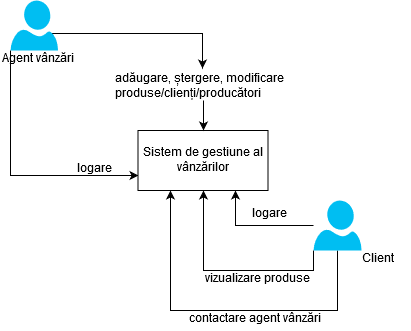
Earlier version of the draw.io export JURJ_LAVINIA/Proiect/Diagrama_de_context.png (diercan/PSSC-2019). Source tidied: cells renumbered, new cells last; positions are measured from the earlier drawing's top-left corner, leaving out a move shared by most shapes. The source it was exported from:
```xml
<mxGraphModel background="#FFFFFF">
  <root>
    <mxCell id="0" />
    <mxCell id="1" parent="0" />
    <mxCell id="2" style="edgeStyle=orthogonalEdgeStyle;rounded=0;jettySize=auto;html=1;exitX=0;exitY=1;exitDx=0;exitDy=0;exitPerimeter=0;entryX=0;entryY=0.75;entryDx=0;entryDy=0;" parent="1" edge="1" source="4" target="11">
      <mxGeometry relative="1" as="geometry">
        <Array as="points">
          <mxPoint x="10" y="175" />
        </Array>
      </mxGeometry>
    </mxCell>
    <mxCell id="3" style="edgeStyle=orthogonalEdgeStyle;rounded=0;jettySize=auto;html=1;exitX=0.87;exitY=0.65;exitDx=0;exitDy=0;exitPerimeter=0;entryX=0.497;entryY=-0.067;entryDx=0;entryDy=0;entryPerimeter=0;" parent="1" edge="1" source="4" target="17">
      <mxGeometry relative="1" as="geometry" />
    </mxCell>
    <mxCell id="4" style="verticalLabelPosition=bottom;html=1;verticalAlign=top;align=center;strokeColor=none;fillColor=#00BEF2;shape=mxgraph.azure.user;" parent="1" vertex="1">
      <mxGeometry x="10" width="47.5" height="50" as="geometry" />
    </mxCell>
    <mxCell id="5" value="Agent vânzări" style="text;html=1;align=left;verticalAlign=top;spacingTop=-4;" parent="1" vertex="1">
      <mxGeometry y="50" width="90" height="20" as="geometry" />
    </mxCell>
    <mxCell id="6" style="edgeStyle=orthogonalEdgeStyle;rounded=0;jettySize=auto;html=1;entryX=0.75;entryY=1;entryDx=0;entryDy=0;" parent="1" edge="1" source="9" target="11">
      <mxGeometry relative="1" as="geometry" />
    </mxCell>
    <mxCell id="7" style="edgeStyle=orthogonalEdgeStyle;rounded=0;jettySize=auto;html=1;exitX=0;exitY=1;exitDx=0;exitDy=0;exitPerimeter=0;entryX=0.5;entryY=1;entryDx=0;entryDy=0;" parent="1" edge="1" source="9" target="11">
      <mxGeometry relative="1" as="geometry" />
    </mxCell>
    <mxCell id="8" style="edgeStyle=orthogonalEdgeStyle;rounded=0;jettySize=auto;html=1;exitX=0.5;exitY=1;exitDx=0;exitDy=0;exitPerimeter=0;entryX=0.25;entryY=1;entryDx=0;entryDy=0;" parent="1" edge="1" source="9" target="11">
      <mxGeometry relative="1" as="geometry">
        <Array as="points">
          <mxPoint x="337" y="310" />
          <mxPoint x="170" y="310" />
        </Array>
      </mxGeometry>
    </mxCell>
    <mxCell id="9" style="verticalLabelPosition=bottom;html=1;verticalAlign=top;align=center;strokeColor=none;fillColor=#00BEF2;shape=mxgraph.azure.user;" parent="1" vertex="1">
      <mxGeometry x="313" y="200" width="48" height="50" as="geometry" />
    </mxCell>
    <mxCell id="10" value="Client" style="text;html=1;align=left;verticalAlign=top;spacingTop=-4;" parent="1" vertex="1">
      <mxGeometry x="360" y="250" width="50" height="20" as="geometry" />
    </mxCell>
    <mxCell id="11" value="Sistem de gestiune al vânzărilor" style="rounded=0;whiteSpace=wrap;html=1;" parent="1" vertex="1">
      <mxGeometry x="137.5" y="130" width="130" height="60" as="geometry" />
    </mxCell>
    <mxCell id="12" value="logare" style="text;html=1;align=left;verticalAlign=top;spacingTop=-4;" parent="1" vertex="1">
      <mxGeometry x="250" y="205" width="50" height="20" as="geometry" />
    </mxCell>
    <mxCell id="13" value="vizualizare produse" style="text;html=1;align=left;verticalAlign=top;spacingTop=-4;" parent="1" vertex="1">
      <mxGeometry x="203" y="270" width="120" height="20" as="geometry" />
    </mxCell>
    <mxCell id="14" value="contactare agent vânzări" style="text;html=1;align=left;verticalAlign=top;spacingTop=-4;" parent="1" vertex="1">
      <mxGeometry x="187" y="310" width="150" height="20" as="geometry" />
    </mxCell>
    <mxCell id="15" value="logare" style="text;html=1;align=left;verticalAlign=top;spacingTop=-4;direction=west;" parent="1" vertex="1">
      <mxGeometry x="75" y="160" width="50" height="20" as="geometry" />
    </mxCell>
    <mxCell id="16" style="edgeStyle=orthogonalEdgeStyle;rounded=0;jettySize=auto;html=1;" parent="1" edge="1" source="17" target="11">
      <mxGeometry relative="1" as="geometry" />
    </mxCell>
    <mxCell id="17" value="&lt;div&gt;adăugare, ștergere, modificare&lt;/div&gt;&lt;div&gt; produse/clienți/producători &lt;/div&gt;" style="text;html=1;points=[];align=left;verticalAlign=top;spacingTop=-4;" parent="1" vertex="1">
      <mxGeometry x="112.5" y="70" width="180" height="30" as="geometry" />
    </mxCell>
  </root>
</mxGraphModel>
```
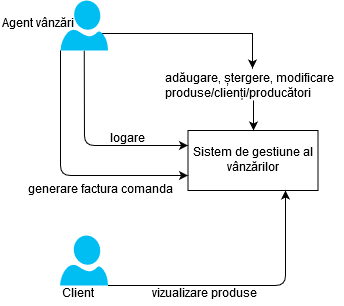
After the change.

The edit, as a diff of the source:
```diff
@@ -2,13 +2,6 @@
   <root>
     <mxCell id="0" />
     <mxCell id="1" parent="0" />
-    <mxCell id="2" style="edgeStyle=orthogonalEdgeStyle;rounded=0;jettySize=auto;html=1;exitX=0;exitY=1;exitDx=0;exitDy=0;exitPerimeter=0;entryX=0;entryY=0.75;entryDx=0;entryDy=0;" parent="1" edge="1" source="4" target="11">
-      <mxGeometry relative="1" as="geometry">
-        <Array as="points">
-          <mxPoint x="10" y="175" />
-        </Array>
-      </mxGeometry>
-    </mxCell>
     <mxCell id="3" style="edgeStyle=orthogonalEdgeStyle;rounded=0;jettySize=auto;html=1;exitX=0.87;exitY=0.65;exitDx=0;exitDy=0;exitPerimeter=0;entryX=0.497;entryY=-0.067;entryDx=0;entryDy=0;entryPerimeter=0;" parent="1" edge="1" source="4" target="17">
       <mxGeometry relative="1" as="geometry" />
     </mxCell>
@@ -16,42 +9,22 @@
       <mxGeometry x="10" width="47.5" height="50" as="geometry" />
     </mxCell>
     <mxCell id="5" value="Agent vânzări" style="text;html=1;align=left;verticalAlign=top;spacingTop=-4;" parent="1" vertex="1">
-      <mxGeometry y="50" width="90" height="20" as="geometry" />
+      <mxGeometry x="-50" y="15" width="90" height="20" as="geometry" />
     </mxCell>
-    <mxCell id="6" style="edgeStyle=orthogonalEdgeStyle;rounded=0;jettySize=auto;html=1;entryX=0.75;entryY=1;entryDx=0;entryDy=0;" parent="1" edge="1" source="9" target="11">
-      <mxGeometry relative="1" as="geometry" />
-    </mxCell>
-    <mxCell id="7" style="edgeStyle=orthogonalEdgeStyle;rounded=0;jettySize=auto;html=1;exitX=0;exitY=1;exitDx=0;exitDy=0;exitPerimeter=0;entryX=0.5;entryY=1;entryDx=0;entryDy=0;" parent="1" edge="1" source="9" target="11">
-      <mxGeometry relative="1" as="geometry" />
-    </mxCell>
-    <mxCell id="8" style="edgeStyle=orthogonalEdgeStyle;rounded=0;jettySize=auto;html=1;exitX=0.5;exitY=1;exitDx=0;exitDy=0;exitPerimeter=0;entryX=0.25;entryY=1;entryDx=0;entryDy=0;" parent="1" edge="1" source="9" target="11">
-      <mxGeometry relative="1" as="geometry">
-        <Array as="points">
-          <mxPoint x="337" y="310" />
-          <mxPoint x="170" y="310" />
-        </Array>
-      </mxGeometry>
-    </mxCell>
     <mxCell id="9" style="verticalLabelPosition=bottom;html=1;verticalAlign=top;align=center;strokeColor=none;fillColor=#00BEF2;shape=mxgraph.azure.user;" parent="1" vertex="1">
-      <mxGeometry x="313" y="200" width="48" height="50" as="geometry" />
+      <mxGeometry x="9.5" y="235" width="48" height="50" as="geometry" />
     </mxCell>
     <mxCell id="10" value="Client" style="text;html=1;align=left;verticalAlign=top;spacingTop=-4;" parent="1" vertex="1">
-      <mxGeometry x="360" y="250" width="50" height="20" as="geometry" />
+      <mxGeometry x="10" y="285" width="50" height="20" as="geometry" />
     </mxCell>
     <mxCell id="11" value="Sistem de gestiune al vânzărilor" style="rounded=0;whiteSpace=wrap;html=1;" parent="1" vertex="1">
       <mxGeometry x="137.5" y="130" width="130" height="60" as="geometry" />
     </mxCell>
-    <mxCell id="12" value="logare" style="text;html=1;align=left;verticalAlign=top;spacingTop=-4;" parent="1" vertex="1">
-      <mxGeometry x="250" y="205" width="50" height="20" as="geometry" />
-    </mxCell>
     <mxCell id="13" value="vizualizare produse" style="text;html=1;align=left;verticalAlign=top;spacingTop=-4;" parent="1" vertex="1">
-      <mxGeometry x="203" y="270" width="120" height="20" as="geometry" />
+      <mxGeometry x="100" y="285" width="120" height="20" as="geometry" />
     </mxCell>
-    <mxCell id="14" value="contactare agent vânzări" style="text;html=1;align=left;verticalAlign=top;spacingTop=-4;" parent="1" vertex="1">
-      <mxGeometry x="187" y="310" width="150" height="20" as="geometry" />
-    </mxCell>
     <mxCell id="15" value="logare" style="text;html=1;align=left;verticalAlign=top;spacingTop=-4;direction=west;" parent="1" vertex="1">
-      <mxGeometry x="75" y="160" width="50" height="20" as="geometry" />
+      <mxGeometry x="57.5" y="130" width="50" height="20" as="geometry" />
     </mxCell>
     <mxCell id="16" style="edgeStyle=orthogonalEdgeStyle;rounded=0;jettySize=auto;html=1;" parent="1" edge="1" source="17" target="11">
       <mxGeometry relative="1" as="geometry" />
@@ -59,5 +32,29 @@
     <mxCell id="17" value="&lt;div&gt;adăugare, ștergere, modificare&lt;/div&gt;&lt;div&gt; produse/clienți/producători &lt;/div&gt;" style="text;html=1;points=[];align=left;verticalAlign=top;spacingTop=-4;" parent="1" vertex="1">
       <mxGeometry x="112.5" y="70" width="180" height="30" as="geometry" />
     </mxCell>
+    <mxCell id="18" style="endArrow=classic;html=1;exitX=0.5;exitY=1;exitDx=0;exitDy=0;exitPerimeter=0;entryX=0;entryY=0.25;entryDx=0;entryDy=0;" parent="1" edge="1" source="4" target="11">
+      <mxGeometry relative="1" as="geometry">
+        <Array as="points">
+          <mxPoint x="34" y="145" />
+        </Array>
+      </mxGeometry>
+    </mxCell>
+    <mxCell id="19" value="generare factura comanda" style="text;html=1;align=center;verticalAlign=middle;direction=south;" parent="1" vertex="1">
+      <mxGeometry x="-30" y="180" width="160" height="20" as="geometry" />
+    </mxCell>
+    <mxCell id="20" style="endArrow=classic;html=1;exitX=0;exitY=1;exitDx=0;exitDy=0;exitPerimeter=0;entryX=0;entryY=0.75;entryDx=0;entryDy=0;" parent="1" edge="1" source="4" target="11">
+      <mxGeometry relative="1" as="geometry">
+        <Array as="points">
+          <mxPoint x="10" y="175" />
+        </Array>
+      </mxGeometry>
+    </mxCell>
+    <mxCell id="21" style="endArrow=classic;html=1;exitX=1;exitY=1;exitDx=0;exitDy=0;exitPerimeter=0;entryX=0.75;entryY=1;entryDx=0;entryDy=0;" parent="1" edge="1" source="9" target="11">
+      <mxGeometry relative="1" as="geometry">
+        <Array as="points">
+          <mxPoint x="235" y="285" />
+        </Array>
+      </mxGeometry>
+    </mxCell>
   </root>
 </mxGraphModel>
```
